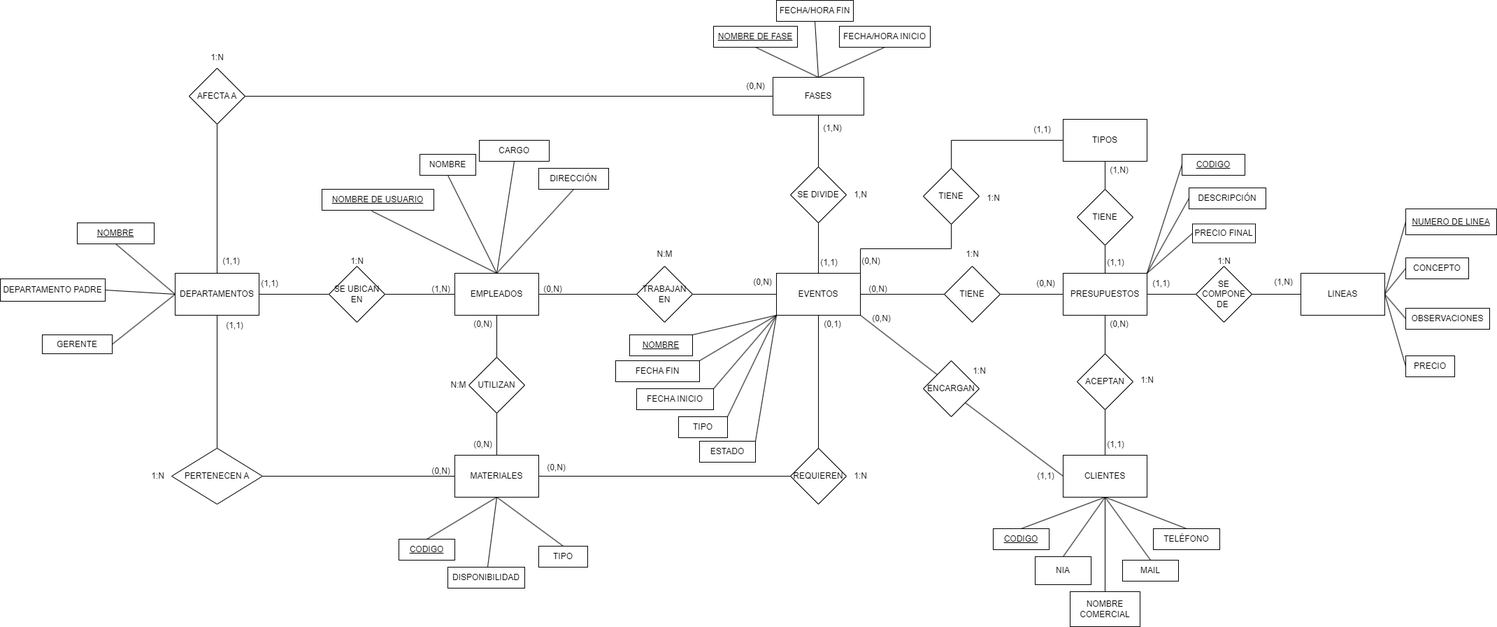
Above: docs/img/ENTIDAD-RELACION.drawio.png in Argueth/Argueth.github.io (draw.io), before the change. Source tidied: cells renumbered, new cells last; positions are measured from the earlier drawing's top-left corner, leaving out a move shared by most shapes.
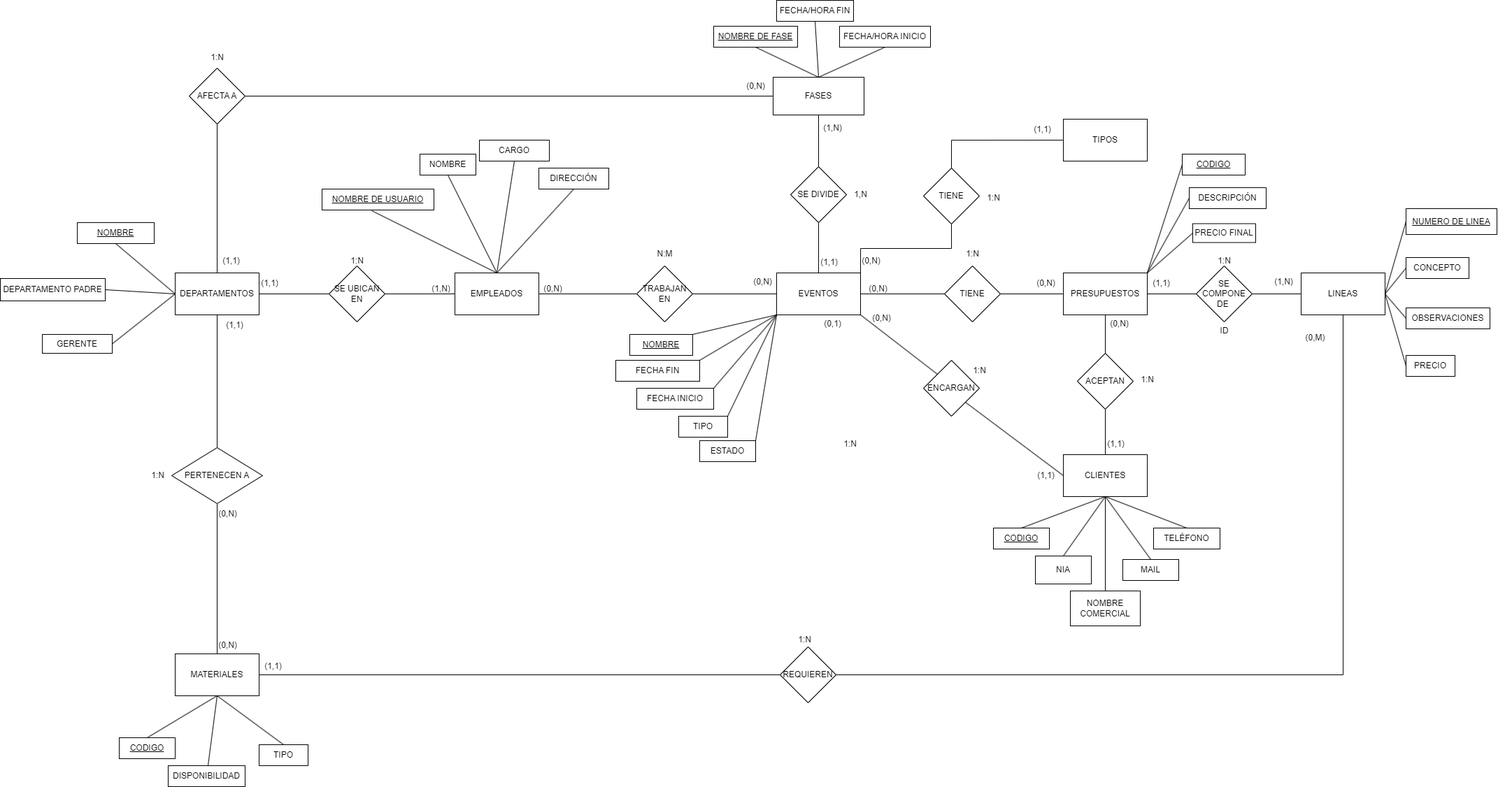
Later version of the same file.

Commit message:
Cambio la imagen de E-R para la gitpage

Diff of the diagram source:
```diff
@@ -2,8 +2,12 @@
   <root>
     <mxCell id="0" />
     <mxCell id="1" parent="0" />
-    <mxCell id="2" style="edgeStyle=orthogonalEdgeStyle;rounded=0;jettySize=auto;html=1;exitX=0.5;exitY=1;exitDx=0;exitDy=0;entryX=0.5;entryY=0;entryDx=0;entryDy=0;endArrow=none;endFill=0;" parent="1" edge="1" source="9" target="31">
-      <mxGeometry relative="1" as="geometry" />
+    <mxCell id="2" style="edgeStyle=orthogonalEdgeStyle;rounded=0;jettySize=auto;html=1;exitX=0.5;exitY=1;exitDx=0;exitDy=0;entryX=1;entryY=0.5;entryDx=0;entryDy=0;endArrow=none;endFill=0;" parent="1" edge="1" source="138" target="31">
+      <mxGeometry relative="1" as="geometry">
+        <Array as="points">
+          <mxPoint x="1920" y="965" />
+        </Array>
+      </mxGeometry>
     </mxCell>
     <mxCell id="3" style="rounded=0;jettySize=auto;html=1;entryX=1;entryY=0;entryDx=0;entryDy=0;exitX=0;exitY=1;exitDx=0;exitDy=0;endArrow=none;endFill=0;" parent="1" edge="1" source="9" target="38">
       <mxGeometry relative="1" as="geometry" />
@@ -32,9 +36,6 @@
     <mxCell id="11" style="edgeStyle=orthogonalEdgeStyle;rounded=0;jettySize=auto;html=1;exitX=1;exitY=0.5;exitDx=0;exitDy=0;entryX=0;entryY=0.5;entryDx=0;entryDy=0;endArrow=none;endFill=0;" parent="1" edge="1" source="16" target="27">
       <mxGeometry relative="1" as="geometry" />
     </mxCell>
-    <mxCell id="12" style="edgeStyle=orthogonalEdgeStyle;rounded=0;jettySize=auto;html=1;exitX=0.5;exitY=1;exitDx=0;exitDy=0;entryX=0.5;entryY=0;entryDx=0;entryDy=0;endArrow=none;endFill=0;" parent="1" edge="1" source="16" target="29">
-      <mxGeometry relative="1" as="geometry" />
-    </mxCell>
     <mxCell id="13" style="edgeStyle=orthogonalEdgeStyle;rounded=0;jettySize=auto;html=1;exitX=0;exitY=0.5;exitDx=0;exitDy=0;entryX=1;entryY=0.5;entryDx=0;entryDy=0;endArrow=none;endFill=0;" parent="1" edge="1" source="16" target="44">
       <mxGeometry relative="1" as="geometry" />
     </mxCell>
@@ -56,23 +57,23 @@
     <mxCell id="19" style="rounded=0;jettySize=auto;html=1;exitX=0.5;exitY=1;exitDx=0;exitDy=0;entryX=0.5;entryY=0;entryDx=0;entryDy=0;endArrow=none;endFill=0;" parent="1" edge="1" source="21" target="25">
       <mxGeometry relative="1" as="geometry" />
     </mxCell>
-    <mxCell id="20" style="edgeStyle=orthogonalEdgeStyle;rounded=0;jettySize=auto;html=1;exitX=0;exitY=0.5;exitDx=0;exitDy=0;entryX=1;entryY=0.5;entryDx=0;entryDy=0;endArrow=none;endFill=0;" parent="1" edge="1" source="21" target="50">
+    <mxCell id="20" style="edgeStyle=orthogonalEdgeStyle;rounded=0;jettySize=auto;html=1;exitX=0.5;exitY=0;exitDx=0;exitDy=0;entryX=0.5;entryY=1;entryDx=0;entryDy=0;endArrow=none;endFill=0;" parent="1" edge="1" source="21" target="50">
       <mxGeometry relative="1" as="geometry" />
     </mxCell>
     <mxCell id="21" value="MATERIALES" style="rounded=0;whiteSpace=wrap;html=1;" parent="1" vertex="1">
-      <mxGeometry x="650" y="650" width="120" height="60" as="geometry" />
+      <mxGeometry x="250" y="935" width="120" height="60" as="geometry" />
     </mxCell>
     <mxCell id="22" value="NOMBRE" style="rounded=0;whiteSpace=wrap;html=1;" parent="1" vertex="1">
       <mxGeometry x="600" y="220" width="80" height="30" as="geometry" />
     </mxCell>
     <mxCell id="23" value="&lt;u&gt;CODIGO&lt;/u&gt;" style="rounded=0;whiteSpace=wrap;html=1;" parent="1" vertex="1">
-      <mxGeometry x="570" y="770" width="80" height="30" as="geometry" />
+      <mxGeometry x="170" y="1055" width="80" height="30" as="geometry" />
     </mxCell>
     <mxCell id="24" value="DISPONIBILIDAD" style="rounded=0;whiteSpace=wrap;html=1;" parent="1" vertex="1">
-      <mxGeometry x="640" y="810" width="110" height="30" as="geometry" />
+      <mxGeometry x="240" y="1095" width="110" height="30" as="geometry" />
     </mxCell>
     <mxCell id="25" value="TIPO" style="rounded=0;whiteSpace=wrap;html=1;" parent="1" vertex="1">
-      <mxGeometry x="770" y="780" width="70" height="30" as="geometry" />
+      <mxGeometry x="370" y="1065" width="70" height="30" as="geometry" />
     </mxCell>
     <mxCell id="26" style="edgeStyle=orthogonalEdgeStyle;rounded=0;jettySize=auto;html=1;exitX=1;exitY=0.5;exitDx=0;exitDy=0;entryX=0;entryY=0.5;entryDx=0;entryDy=0;endArrow=none;endFill=0;" parent="1" edge="1" source="27" target="9">
       <mxGeometry relative="1" as="geometry" />
@@ -80,41 +81,21 @@
     <mxCell id="27" value="TRABAJAN EN" style="rhombus;whiteSpace=wrap;html=1;" parent="1" vertex="1">
       <mxGeometry x="910" y="380" width="80" height="80" as="geometry" />
     </mxCell>
-    <mxCell id="28" style="edgeStyle=orthogonalEdgeStyle;rounded=0;jettySize=auto;html=1;exitX=0.5;exitY=1;exitDx=0;exitDy=0;entryX=0.5;entryY=0;entryDx=0;entryDy=0;endArrow=none;endFill=0;" parent="1" edge="1" source="29" target="21">
-      <mxGeometry relative="1" as="geometry" />
-    </mxCell>
-    <mxCell id="29" value="UTILIZAN" style="rhombus;whiteSpace=wrap;html=1;" parent="1" vertex="1">
-      <mxGeometry x="670" y="510" width="80" height="80" as="geometry" />
-    </mxCell>
-    <mxCell id="30" style="edgeStyle=orthogonalEdgeStyle;rounded=0;jettySize=auto;html=1;exitX=0;exitY=0.5;exitDx=0;exitDy=0;entryX=1;entryY=0.5;entryDx=0;entryDy=0;endArrow=none;endFill=0;" parent="1" edge="1" source="31" target="21">
-      <mxGeometry relative="1" as="geometry">
-        <Array as="points">
-          <mxPoint x="1150" y="680" />
-          <mxPoint x="1150" y="680" />
-        </Array>
-      </mxGeometry>
+    <mxCell id="30" style="edgeStyle=orthogonalEdgeStyle;rounded=0;jettySize=auto;html=1;exitX=0;exitY=0.5;exitDx=0;exitDy=0;endArrow=none;endFill=0;entryX=1;entryY=0.5;entryDx=0;entryDy=0;" parent="1" edge="1" source="31" target="21">
+      <mxGeometry relative="1" as="geometry" />
     </mxCell>
     <mxCell id="31" value="REQUIEREN" style="rhombus;whiteSpace=wrap;html=1;" parent="1" vertex="1">
-      <mxGeometry x="1130" y="640" width="80" height="80" as="geometry" />
+      <mxGeometry x="1115" y="925" width="80" height="80" as="geometry" />
     </mxCell>
     <mxCell id="32" value="&lt;br&gt;(0,N)" style="text;html=1;align=center;verticalAlign=middle;strokeColor=none;fillColor=none;" parent="1" vertex="1">
-      <mxGeometry x="770" y="640" width="50" height="40" as="geometry" />
+      <mxGeometry x="300" y="895" width="50" height="40" as="geometry" />
     </mxCell>
     <mxCell id="33" value="(0,1)" style="text;html=1;align=center;verticalAlign=middle;strokeColor=none;fillColor=none;" parent="1" vertex="1">
       <mxGeometry x="1165" y="448" width="50" height="30" as="geometry" />
     </mxCell>
     <mxCell id="34" value="1:N" style="text;html=1;align=center;verticalAlign=middle;strokeColor=none;fillColor=none;" parent="1" vertex="1">
-      <mxGeometry x="1210" y="665" width="40" height="30" as="geometry" />
+      <mxGeometry x="1195" y="620" width="40" height="30" as="geometry" />
     </mxCell>
-    <mxCell id="35" value="(0,N)" style="text;html=1;align=center;verticalAlign=middle;strokeColor=none;fillColor=none;" parent="1" vertex="1">
-      <mxGeometry x="665" y="620" width="50" height="30" as="geometry" />
-    </mxCell>
-    <mxCell id="36" value="(0,N)" style="text;html=1;align=center;verticalAlign=middle;strokeColor=none;fillColor=none;" parent="1" vertex="1">
-      <mxGeometry x="665" y="448" width="50" height="30" as="geometry" />
-    </mxCell>
-    <mxCell id="37" value="N:M" style="text;html=1;align=center;verticalAlign=middle;strokeColor=none;fillColor=none;" parent="1" vertex="1">
-      <mxGeometry x="630" y="535" width="50" height="30" as="geometry" />
-    </mxCell>
     <mxCell id="38" value="&lt;u&gt;NOMBRE&lt;/u&gt;" style="rounded=0;whiteSpace=wrap;html=1;" parent="1" vertex="1">
       <mxGeometry x="900" y="478" width="90" height="30" as="geometry" />
     </mxCell>
@@ -158,7 +139,7 @@
       <mxGeometry x="310" y="450" width="50" height="30" as="geometry" />
     </mxCell>
     <mxCell id="52" value="(0,N)" style="text;html=1;align=center;verticalAlign=middle;strokeColor=none;fillColor=none;" parent="1" vertex="1">
-      <mxGeometry x="605" y="658" width="50" height="30" as="geometry" />
+      <mxGeometry x="300" y="720" width="50" height="30" as="geometry" />
     </mxCell>
     <mxCell id="53" value="1:N" style="text;html=1;align=center;verticalAlign=middle;strokeColor=none;fillColor=none;" parent="1" vertex="1">
       <mxGeometry x="205" y="665" width="40" height="30" as="geometry" />
@@ -367,9 +348,6 @@
     <mxCell id="121" value="ESTADO" style="rounded=0;whiteSpace=wrap;html=1;" parent="1" vertex="1">
       <mxGeometry x="1000" y="630" width="80" height="30" as="geometry" />
     </mxCell>
-    <mxCell id="122" style="edgeStyle=orthogonalEdgeStyle;rounded=0;jettySize=auto;html=1;exitX=0.5;exitY=1;exitDx=0;exitDy=0;entryX=0.5;entryY=0;entryDx=0;entryDy=0;endArrow=none;endFill=0;" parent="1" edge="1" source="124" target="128">
-      <mxGeometry relative="1" as="geometry" />
-    </mxCell>
     <mxCell id="123" style="edgeStyle=orthogonalEdgeStyle;rounded=0;jettySize=auto;html=1;exitX=0;exitY=0.5;exitDx=0;exitDy=0;entryX=0.5;entryY=0;entryDx=0;entryDy=0;endArrow=none;endFill=0;" parent="1" edge="1" source="124" target="126">
       <mxGeometry relative="1" as="geometry" />
     </mxCell>
@@ -382,15 +360,6 @@
     <mxCell id="126" value="TIENE" style="rhombus;whiteSpace=wrap;html=1;" parent="1" vertex="1">
       <mxGeometry x="1320" y="240" width="80" height="80" as="geometry" />
     </mxCell>
-    <mxCell id="127" style="edgeStyle=orthogonalEdgeStyle;rounded=0;jettySize=auto;html=1;exitX=0.5;exitY=1;exitDx=0;exitDy=0;entryX=0.5;entryY=0;entryDx=0;entryDy=0;endArrow=none;endFill=0;" parent="1" edge="1" source="128" target="89">
-      <mxGeometry relative="1" as="geometry" />
-    </mxCell>
-    <mxCell id="128" value="TIENE" style="rhombus;whiteSpace=wrap;html=1;" parent="1" vertex="1">
-      <mxGeometry x="1540" y="270" width="80" height="80" as="geometry" />
-    </mxCell>
-    <mxCell id="129" value="(1,1)" style="text;html=1;align=center;verticalAlign=middle;strokeColor=none;fillColor=none;" parent="1" vertex="1">
-      <mxGeometry x="1570" y="360" width="50" height="30" as="geometry" />
-    </mxCell>
     <mxCell id="130" value="(1,1)" style="text;html=1;align=center;verticalAlign=middle;strokeColor=none;fillColor=none;" parent="1" vertex="1">
       <mxGeometry x="1465" y="170" width="50" height="30" as="geometry" />
     </mxCell>
@@ -400,9 +369,6 @@
     <mxCell id="132" value="1:N" style="text;html=1;align=center;verticalAlign=middle;strokeColor=none;fillColor=none;" parent="1" vertex="1">
       <mxGeometry x="1400" y="268" width="40" height="30" as="geometry" />
     </mxCell>
-    <mxCell id="133" value="(1,N)" style="text;html=1;align=center;verticalAlign=middle;strokeColor=none;fillColor=none;" parent="1" vertex="1">
-      <mxGeometry x="1575" y="228" width="50" height="30" as="geometry" />
-    </mxCell>
     <mxCell id="134" style="rounded=0;jettySize=auto;html=1;exitX=1;exitY=0.5;exitDx=0;exitDy=0;entryX=0;entryY=0.5;entryDx=0;entryDy=0;endArrow=none;endFill=0;" parent="1" edge="1" source="138" target="148">
       <mxGeometry relative="1" as="geometry" />
     </mxCell>
@@ -448,5 +414,17 @@
     <mxCell id="148" value="&lt;u&gt;NUMERO DE LINEA&lt;/u&gt;" style="rounded=0;whiteSpace=wrap;html=1;" parent="1" vertex="1">
       <mxGeometry x="2010" y="298" width="130" height="37" as="geometry" />
     </mxCell>
+    <mxCell id="129" value="(1,1)" style="text;html=1;align=center;verticalAlign=middle;strokeColor=none;fillColor=none;" parent="1" vertex="1">
+      <mxGeometry x="365" y="938" width="50" height="30" as="geometry" />
+    </mxCell>
+    <mxCell id="149" value="(0,M)" style="text;html=1;align=center;verticalAlign=middle;strokeColor=none;fillColor=none;" parent="1" vertex="1">
+      <mxGeometry x="1855" y="468" width="50" height="30" as="geometry" />
+    </mxCell>
+    <mxCell id="150" value="1:N" style="text;html=1;align=center;verticalAlign=middle;strokeColor=none;fillColor=none;" parent="1" vertex="1">
+      <mxGeometry x="1130" y="900" width="40" height="30" as="geometry" />
+    </mxCell>
+    <mxCell id="151" value="ID" style="text;html=1;align=center;verticalAlign=middle;strokeColor=none;fillColor=none;" parent="1" vertex="1">
+      <mxGeometry x="1730" y="458" width="40" height="30" as="geometry" />
+    </mxCell>
   </root>
 </mxGraphModel>
```
